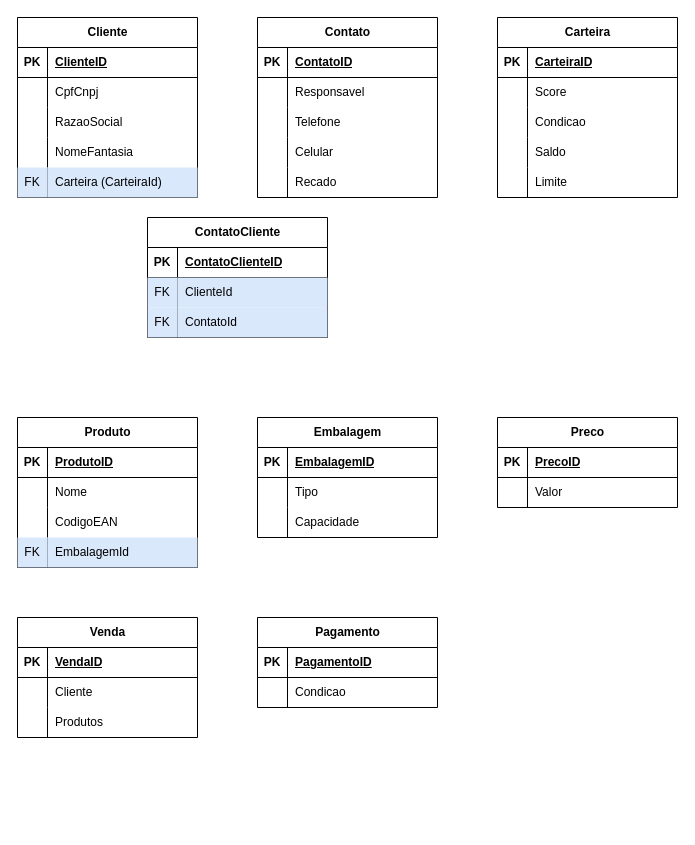
Above: page "Página-1" (1 of 2) of Diagrama sem nome.drawio in hudson-034/twoBrothersIce (draw.io), before the change. Source tidied: cells renumbered, new cells numbered last; positions are measured from the earlier drawing's top-left corner, leaving out a move shared by most shapes. Both pictures are drawn from the tidied source at 100%, with x=0, y=0 at pixel (17, 17).
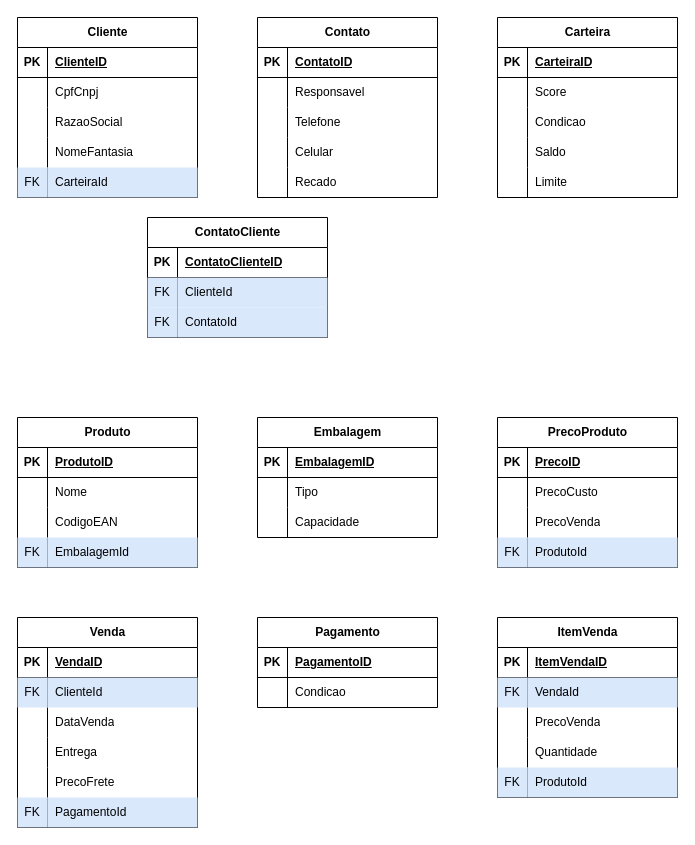
The same diagram, later.

The change refers to these unchanged cells:
```xml
<mxCell id="15" style="shape=tableRow;horizontal=0;startSize=0;swimlaneHead=0;swimlaneBody=0;fillColor=none;top=0;left=0;right=0;bottom=0;" parent="2" vertex="1">
  <mxGeometry y="150" width="180" height="30" as="geometry" />
</mxCell>
<mxCell id="61" style="shape=tableRow;horizontal=0;startSize=0;swimlaneHead=0;swimlaneBody=0;fillColor=none;top=0;left=0;right=0;bottom=0;" parent="57" vertex="1">
  <mxGeometry y="60" width="180" height="30" as="geometry" />
</mxCell>
<mxCell id="84" style="shape=tableRow;horizontal=0;startSize=0;swimlaneHead=0;swimlaneBody=0;fillColor=none;top=0;left=0;right=0;bottom=0;" parent="80" vertex="1">
  <mxGeometry y="60" width="180" height="30" as="geometry" />
</mxCell>
<mxCell id="87" style="shape=tableRow;horizontal=0;startSize=0;swimlaneHead=0;swimlaneBody=0;fillColor=none;top=0;left=0;right=0;bottom=0;" parent="80" vertex="1">
  <mxGeometry y="90" width="180" height="30" as="geometry" />
</mxCell>
```

What changed in the source:
```diff
@@
-    <mxCell id="17" value="Carteira (CarteiraId)" style="shape=partialRectangle;fillColor=#dae8fc;top=0;left=0;bottom=0;right=0;align=left;spacingLeft=6;overflow=hidden;whiteSpace=wrap;html=1;strokeColor=#6c8ebf;" parent="15" vertex="1">
+    <mxCell id="17" value="CarteiraId" style="shape=partialRectangle;fillColor=#dae8fc;top=0;left=0;bottom=0;right=0;align=left;spacingLeft=6;overflow=hidden;whiteSpace=wrap;html=1;strokeColor=#6c8ebf;" parent="15" vertex="1">
       <mxGeometry x="30" width="150" height="30" as="geometry" />
     </mxCell>
@@
-    <mxCell id="57" value="Preco" style="shape=table;startSize=30;childLayout=tableLayout;rowLines=0;fontStyle=1;align=center;html=1;" parent="1" vertex="1">
-      <mxGeometry x="480" y="400" width="180" height="90" as="geometry" />
+    <mxCell id="57" value="PrecoProduto" style="shape=table;startSize=30;childLayout=tableLayout;rowLines=0;fontStyle=1;align=center;html=1;" parent="1" vertex="1">
+      <mxGeometry x="480" y="400" width="180" height="150" as="geometry" />
     </mxCell>
@@
-    <mxCell id="63" value="Valor" style="shape=partialRectangle;fillColor=none;top=0;left=0;bottom=0;right=0;align=left;spacingLeft=6;overflow=hidden;whiteSpace=wrap;html=1;" parent="61" vertex="1">
+    <mxCell id="63" value="PrecoCusto" style="shape=partialRectangle;fillColor=none;top=0;left=0;bottom=0;right=0;align=left;spacingLeft=6;overflow=hidden;whiteSpace=wrap;html=1;" parent="61" vertex="1">
       <mxGeometry x="30" width="150" height="30" as="geometry" />
     </mxCell>
+    <mxCell id="107" style="shape=tableRow;horizontal=0;startSize=0;swimlaneHead=0;swimlaneBody=0;fillColor=none;top=0;left=0;right=0;bottom=0;" parent="57" vertex="1">
+      <mxGeometry y="90" width="180" height="30" as="geometry" />
+    </mxCell>
+    <mxCell id="108" style="shape=partialRectangle;fillColor=none;top=0;left=0;bottom=0;right=0;overflow=hidden;whiteSpace=wrap;html=1;" parent="107" vertex="1">
+      <mxGeometry width="30" height="30" as="geometry" />
+    </mxCell>
+    <mxCell id="109" value="PrecoVenda" style="shape=partialRectangle;fillColor=none;top=0;left=0;bottom=0;right=0;align=left;spacingLeft=6;overflow=hidden;whiteSpace=wrap;html=1;" parent="107" vertex="1">
+      <mxGeometry x="30" width="150" height="30" as="geometry" />
+    </mxCell>
+    <mxCell id="110" style="shape=tableRow;horizontal=0;startSize=0;swimlaneHead=0;swimlaneBody=0;fillColor=none;top=0;left=0;right=0;bottom=0;" parent="57" vertex="1">
+      <mxGeometry y="120" width="180" height="30" as="geometry" />
+    </mxCell>
+    <mxCell id="111" value="FK" style="shape=partialRectangle;fillColor=#dae8fc;top=0;left=0;bottom=0;right=0;overflow=hidden;whiteSpace=wrap;html=1;strokeColor=#6c8ebf;" parent="110" vertex="1">
+      <mxGeometry width="30" height="30" as="geometry" />
+    </mxCell>
+    <mxCell id="112" value="ProdutoId" style="shape=partialRectangle;fillColor=#dae8fc;top=0;left=0;bottom=0;right=0;align=left;spacingLeft=6;overflow=hidden;whiteSpace=wrap;html=1;strokeColor=#6c8ebf;" parent="110" vertex="1">
+      <mxGeometry x="30" width="150" height="30" as="geometry" />
+    </mxCell>
@@
     <mxCell id="80" value="Venda" style="shape=table;startSize=30;childLayout=tableLayout;rowLines=0;fontStyle=1;align=center;html=1;" parent="1" vertex="1">
-      <mxGeometry y="600" width="180" height="120" as="geometry" />
+      <mxGeometry y="600" width="180" height="210" as="geometry" />
     </mxCell>
@@
-    <mxCell id="85" style="shape=partialRectangle;fillColor=none;top=0;left=0;bottom=0;right=0;overflow=hidden;whiteSpace=wrap;html=1;" parent="84" vertex="1">
+    <mxCell id="85" value="FK" style="shape=partialRectangle;fillColor=#dae8fc;top=0;left=0;bottom=0;right=0;overflow=hidden;whiteSpace=wrap;html=1;strokeColor=#6c8ebf;" parent="84" vertex="1">
       <mxGeometry width="30" height="30" as="geometry" />
     </mxCell>
-    <mxCell id="86" value="Cliente" style="shape=partialRectangle;fillColor=none;top=0;left=0;bottom=0;right=0;align=left;spacingLeft=6;overflow=hidden;whiteSpace=wrap;html=1;" parent="84" vertex="1">
+    <mxCell id="86" value="ClienteId" style="shape=partialRectangle;fillColor=#dae8fc;top=0;left=0;bottom=0;right=0;align=left;spacingLeft=6;overflow=hidden;whiteSpace=wrap;html=1;strokeColor=#6c8ebf;" parent="84" vertex="1">
       <mxGeometry x="30" width="150" height="30" as="geometry" />
     </mxCell>
@@
-    <mxCell id="89" value="Produtos" style="shape=partialRectangle;fillColor=none;top=0;left=0;bottom=0;right=0;align=left;spacingLeft=6;overflow=hidden;whiteSpace=wrap;html=1;" parent="87" vertex="1">
+    <mxCell id="89" value="DataVenda" style="shape=partialRectangle;fillColor=none;top=0;left=0;bottom=0;right=0;align=left;spacingLeft=6;overflow=hidden;whiteSpace=wrap;html=1;" parent="87" vertex="1">
       <mxGeometry x="30" width="150" height="30" as="geometry" />
     </mxCell>
+    <mxCell id="113" style="shape=tableRow;horizontal=0;startSize=0;swimlaneHead=0;swimlaneBody=0;fillColor=none;top=0;left=0;right=0;bottom=0;" parent="80" vertex="1">
+      <mxGeometry y="120" width="180" height="30" as="geometry" />
+    </mxCell>
+    <mxCell id="114" style="shape=partialRectangle;fillColor=none;top=0;left=0;bottom=0;right=0;overflow=hidden;whiteSpace=wrap;html=1;" parent="113" vertex="1">
+      <mxGeometry width="30" height="30" as="geometry" />
+    </mxCell>
+    <mxCell id="115" value="Entrega" style="shape=partialRectangle;fillColor=none;top=0;left=0;bottom=0;right=0;align=left;spacingLeft=6;overflow=hidden;whiteSpace=wrap;html=1;" parent="113" vertex="1">
+      <mxGeometry x="30" width="150" height="30" as="geometry" />
+    </mxCell>
+    <mxCell id="116" style="shape=tableRow;horizontal=0;startSize=0;swimlaneHead=0;swimlaneBody=0;fillColor=none;top=0;left=0;right=0;bottom=0;" parent="80" vertex="1">
+      <mxGeometry y="150" width="180" height="30" as="geometry" />
+    </mxCell>
+    <mxCell id="117" style="shape=partialRectangle;fillColor=none;top=0;left=0;bottom=0;right=0;overflow=hidden;whiteSpace=wrap;html=1;" parent="116" vertex="1">
+      <mxGeometry width="30" height="30" as="geometry" />
+    </mxCell>
+    <mxCell id="118" value="PrecoFrete" style="shape=partialRectangle;fillColor=none;top=0;left=0;bottom=0;right=0;align=left;spacingLeft=6;overflow=hidden;whiteSpace=wrap;html=1;" parent="116" vertex="1">
+      <mxGeometry x="30" width="150" height="30" as="geometry" />
+    </mxCell>
+    <mxCell id="119" style="shape=tableRow;horizontal=0;startSize=0;swimlaneHead=0;swimlaneBody=0;fillColor=none;top=0;left=0;right=0;bottom=0;" parent="80" vertex="1">
+      <mxGeometry y="180" width="180" height="30" as="geometry" />
+    </mxCell>
+    <mxCell id="120" value="FK" style="shape=partialRectangle;fillColor=#dae8fc;top=0;left=0;bottom=0;right=0;overflow=hidden;whiteSpace=wrap;html=1;strokeColor=#6c8ebf;" parent="119" vertex="1">
+      <mxGeometry width="30" height="30" as="geometry" />
+    </mxCell>
+    <mxCell id="121" value="PagamentoId" style="shape=partialRectangle;fillColor=#dae8fc;top=0;left=0;bottom=0;right=0;align=left;spacingLeft=6;overflow=hidden;whiteSpace=wrap;html=1;strokeColor=#6c8ebf;" parent="119" vertex="1">
+      <mxGeometry x="30" width="150" height="30" as="geometry" />
+    </mxCell>
@@
+    <mxCell id="122" value="ItemVenda" style="shape=table;startSize=30;childLayout=tableLayout;rowLines=0;fontStyle=1;align=center;html=1;" parent="1" vertex="1">
+      <mxGeometry x="480" y="600" width="180" height="180" as="geometry" />
+    </mxCell>
+    <mxCell id="123" style="shape=tableRow;horizontal=0;startSize=0;swimlaneHead=0;swimlaneBody=0;fillColor=none;top=0;left=0;right=0;bottom=1;" parent="122" vertex="1">
+      <mxGeometry y="30" width="180" height="30" as="geometry" />
+    </mxCell>
+    <mxCell id="124" value="PK" style="shape=partialRectangle;fillColor=none;top=0;left=0;bottom=0;right=0;fontStyle=1;overflow=hidden;whiteSpace=wrap;html=1;" parent="123" vertex="1">
+      <mxGeometry width="30" height="30" as="geometry" />
+    </mxCell>
+    <mxCell id="125" value="ItemVendaID" style="shape=partialRectangle;fillColor=none;top=0;left=0;bottom=0;right=0;align=left;spacingLeft=6;fontStyle=5;overflow=hidden;whiteSpace=wrap;html=1;" parent="123" vertex="1">
+      <mxGeometry x="30" width="150" height="30" as="geometry" />
+    </mxCell>
+    <mxCell id="126" style="shape=tableRow;horizontal=0;startSize=0;swimlaneHead=0;swimlaneBody=0;fillColor=none;top=0;left=0;right=0;bottom=0;" parent="122" vertex="1">
+      <mxGeometry y="60" width="180" height="30" as="geometry" />
+    </mxCell>
+    <mxCell id="127" value="FK" style="shape=partialRectangle;fillColor=#dae8fc;top=0;left=0;bottom=0;right=0;overflow=hidden;whiteSpace=wrap;html=1;strokeColor=#6c8ebf;" parent="126" vertex="1">
+      <mxGeometry width="30" height="30" as="geometry" />
+    </mxCell>
+    <mxCell id="128" value="VendaId" style="shape=partialRectangle;fillColor=#dae8fc;top=0;left=0;bottom=0;right=0;align=left;spacingLeft=6;overflow=hidden;whiteSpace=wrap;html=1;strokeColor=#6c8ebf;" parent="126" vertex="1">
+      <mxGeometry x="30" width="150" height="30" as="geometry" />
+    </mxCell>
+    <mxCell id="129" style="shape=tableRow;horizontal=0;startSize=0;swimlaneHead=0;swimlaneBody=0;fillColor=none;top=0;left=0;right=0;bottom=0;" parent="122" vertex="1">
+      <mxGeometry y="90" width="180" height="30" as="geometry" />
+    </mxCell>
+    <mxCell id="130" style="shape=partialRectangle;fillColor=none;top=0;left=0;bottom=0;right=0;overflow=hidden;whiteSpace=wrap;html=1;" parent="129" vertex="1">
+      <mxGeometry width="30" height="30" as="geometry" />
+    </mxCell>
+    <mxCell id="131" value="PrecoVenda" style="shape=partialRectangle;fillColor=none;top=0;left=0;bottom=0;right=0;align=left;spacingLeft=6;overflow=hidden;whiteSpace=wrap;html=1;" parent="129" vertex="1">
+      <mxGeometry x="30" width="150" height="30" as="geometry" />
+    </mxCell>
+    <mxCell id="132" style="shape=tableRow;horizontal=0;startSize=0;swimlaneHead=0;swimlaneBody=0;fillColor=none;top=0;left=0;right=0;bottom=0;" parent="122" vertex="1">
+      <mxGeometry y="120" width="180" height="30" as="geometry" />
+    </mxCell>
+    <mxCell id="133" style="shape=partialRectangle;fillColor=none;top=0;left=0;bottom=0;right=0;overflow=hidden;whiteSpace=wrap;html=1;" parent="132" vertex="1">
+      <mxGeometry width="30" height="30" as="geometry" />
+    </mxCell>
+    <mxCell id="134" value="Quantidade" style="shape=partialRectangle;fillColor=none;top=0;left=0;bottom=0;right=0;align=left;spacingLeft=6;overflow=hidden;whiteSpace=wrap;html=1;" parent="132" vertex="1">
+      <mxGeometry x="30" width="150" height="30" as="geometry" />
+    </mxCell>
+    <mxCell id="135" style="shape=tableRow;horizontal=0;startSize=0;swimlaneHead=0;swimlaneBody=0;fillColor=none;top=0;left=0;right=0;bottom=0;" parent="122" vertex="1">
+      <mxGeometry y="150" width="180" height="30" as="geometry" />
+    </mxCell>
+    <mxCell id="136" value="FK" style="shape=partialRectangle;fillColor=#dae8fc;top=0;left=0;bottom=0;right=0;overflow=hidden;whiteSpace=wrap;html=1;strokeColor=#6c8ebf;" parent="135" vertex="1">
+      <mxGeometry width="30" height="30" as="geometry" />
+    </mxCell>
+    <mxCell id="137" value="ProdutoId" style="shape=partialRectangle;fillColor=#dae8fc;top=0;left=0;bottom=0;right=0;align=left;spacingLeft=6;overflow=hidden;whiteSpace=wrap;html=1;strokeColor=#6c8ebf;" parent="135" vertex="1">
+      <mxGeometry x="30" width="150" height="30" as="geometry" />
+    </mxCell>
```
